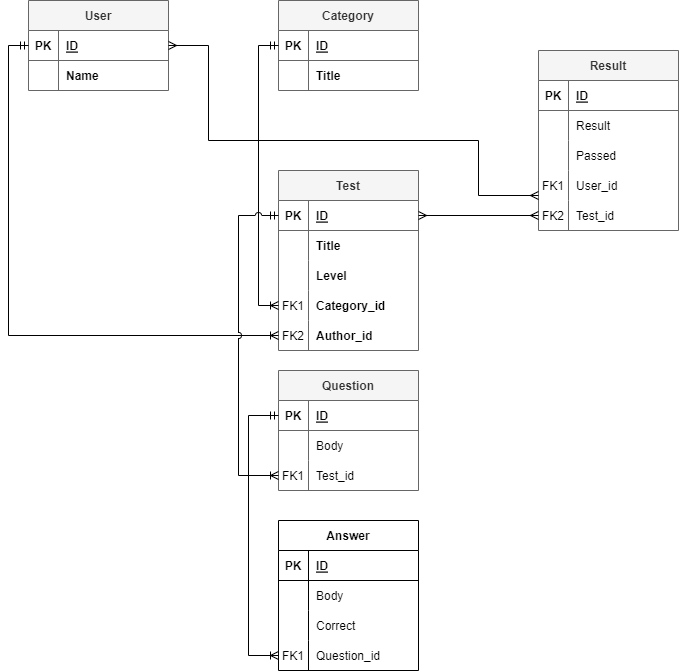
Above: test-guru.wiki/er1.drawio.png in slydevruby/test-guru (draw.io), before the change. Source tidied: cells renumbered, new cells last; positions are measured from the earlier drawing's top-left corner, leaving out a move shared by most shapes.
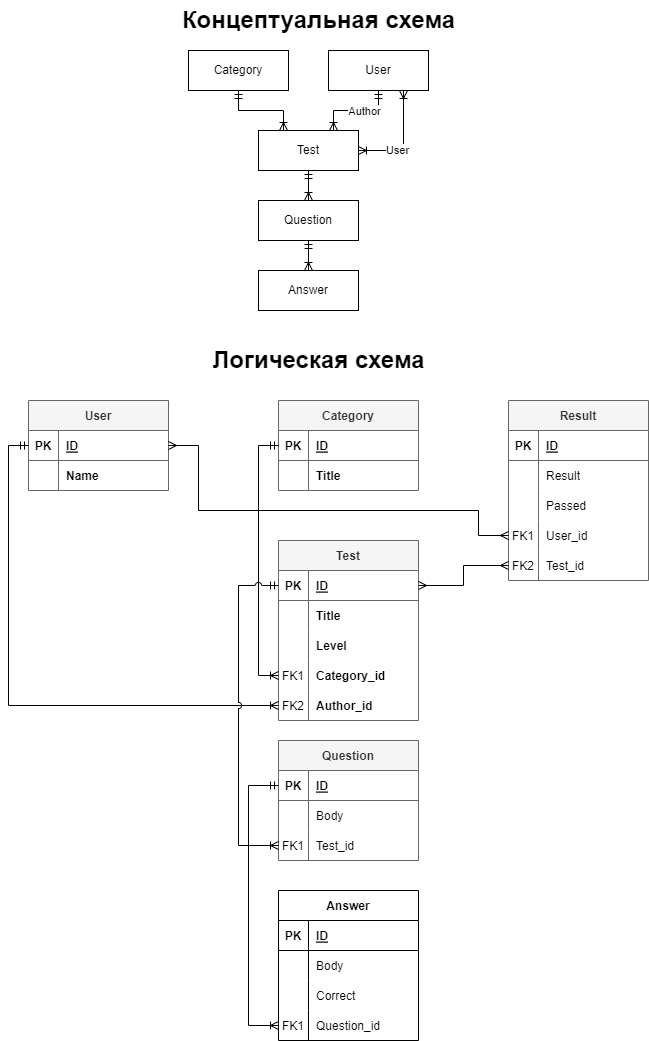
The same diagram one commit later.

The edit, as a diff of the source:
```diff
@@ -3,7 +3,7 @@
     <mxCell id="0" />
     <mxCell id="1" parent="0" />
     <mxCell id="2" value="Category" style="shape=table;startSize=30;rowLines=0;fontStyle=1;align=center;fillColor=#f5f5f5;fontColor=#333333;strokeColor=#666666;" parent="1" vertex="1">
-      <mxGeometry x="250" width="140" height="90" as="geometry" />
+      <mxGeometry x="330" y="380" width="140" height="90" as="geometry" />
     </mxCell>
     <mxCell id="3" style="shape=tableRow;horizontal=0;startSize=0;swimlaneHead=0;swimlaneBody=0;fillColor=none;points=[[0,0.5],[1,0.5]];portConstraint=eastwest;strokeColor=inherit;top=0;left=0;right=0;bottom=1;" parent="2" vertex="1">
       <mxGeometry y="30" width="140" height="30" as="geometry" />
@@ -24,7 +24,7 @@
       <mxGeometry x="30" width="110" height="30" as="geometry" />
     </mxCell>
     <mxCell id="9" value="User" style="shape=table;startSize=30;rowLines=0;fontStyle=1;align=center;fillColor=#f5f5f5;strokeColor=#666666;fontColor=#333333;" parent="1" vertex="1">
-      <mxGeometry width="140" height="90" as="geometry" />
+      <mxGeometry x="80" y="380" width="140" height="90" as="geometry" />
     </mxCell>
     <mxCell id="10" style="shape=tableRow;horizontal=0;startSize=0;swimlaneHead=0;swimlaneBody=0;fillColor=none;points=[[0,0.5],[1,0.5]];portConstraint=eastwest;strokeColor=inherit;top=0;left=0;right=0;bottom=1;" parent="9" vertex="1">
       <mxGeometry y="30" width="140" height="30" as="geometry" />
@@ -45,7 +45,7 @@
       <mxGeometry x="30" width="110" height="30" as="geometry" />
     </mxCell>
     <mxCell id="16" value="Test" style="shape=table;startSize=30;rowLines=0;fontStyle=1;align=center;fillColor=#f5f5f5;fontColor=#333333;strokeColor=#666666;" parent="1" vertex="1">
-      <mxGeometry x="250" y="170" width="140" height="180" as="geometry" />
+      <mxGeometry x="330" y="520" width="140" height="180" as="geometry" />
     </mxCell>
     <mxCell id="17" style="shape=tableRow;horizontal=0;startSize=0;swimlaneHead=0;swimlaneBody=0;fillColor=none;points=[[0,0.5],[1,0.5]];portConstraint=eastwest;strokeColor=inherit;top=0;left=0;right=0;bottom=1;" parent="16" vertex="1">
       <mxGeometry y="30" width="140" height="30" as="geometry" />
@@ -93,7 +93,7 @@
       <mxGeometry x="30" width="110" height="30" as="geometry" />
     </mxCell>
     <mxCell id="32" value="Question" style="shape=table;startSize=30;rowLines=0;fontStyle=1;align=center;fillColor=#f5f5f5;fontColor=#333333;strokeColor=#666666;" parent="1" vertex="1">
-      <mxGeometry x="250" y="370" width="140" height="120" as="geometry" />
+      <mxGeometry x="330" y="720" width="140" height="120" as="geometry" />
     </mxCell>
     <mxCell id="33" style="shape=tableRow;horizontal=0;startSize=0;swimlaneHead=0;swimlaneBody=0;fillColor=none;points=[[0,0.5],[1,0.5]];portConstraint=eastwest;strokeColor=inherit;top=0;left=0;right=0;bottom=1;" parent="32" vertex="1">
       <mxGeometry y="30" width="140" height="30" as="geometry" />
@@ -123,7 +123,7 @@
       <mxGeometry x="30" width="110" height="30" as="geometry" />
     </mxCell>
     <mxCell id="42" value="Answer" style="shape=table;startSize=30;rowLines=0;fontStyle=1;align=center;" parent="1" vertex="1">
-      <mxGeometry x="250" y="520" width="140" height="150" as="geometry" />
+      <mxGeometry x="330" y="870" width="140" height="150" as="geometry" />
     </mxCell>
     <mxCell id="43" style="shape=tableRow;horizontal=0;startSize=0;swimlaneHead=0;swimlaneBody=0;fillColor=none;strokeColor=inherit;top=0;left=0;right=0;bottom=1;" parent="42" vertex="1">
       <mxGeometry y="30" width="140" height="30" as="geometry" />
@@ -162,7 +162,7 @@
       <mxGeometry x="30" width="110" height="30" as="geometry" />
     </mxCell>
     <mxCell id="55" value="Result" style="shape=table;startSize=30;rowLines=0;fontStyle=1;align=center;fillColor=#f5f5f5;fontColor=#333333;strokeColor=#666666;" parent="1" vertex="1">
-      <mxGeometry x="510" y="50" width="140" height="180" as="geometry" />
+      <mxGeometry x="560" y="380" width="140" height="180" as="geometry" />
     </mxCell>
     <mxCell id="56" style="shape=tableRow;horizontal=0;startSize=0;swimlaneHead=0;swimlaneBody=0;fillColor=none;strokeColor=inherit;top=0;left=0;right=0;bottom=1;" parent="55" vertex="1">
       <mxGeometry y="30" width="140" height="30" as="geometry" />
@@ -218,31 +218,75 @@
     <mxCell id="73" style="edgeStyle=orthogonalEdgeStyle;rounded=0;jettySize=auto;html=1;exitX=0;exitY=0.5;exitDx=0;exitDy=0;entryX=0;entryY=0.5;entryDx=0;entryDy=0;startArrow=ERmandOne;startFill=0;endArrow=ERoneToMany;endFill=0;jumpStyle=arc;" parent="1" edge="1" source="17" target="39">
       <mxGeometry relative="1" as="geometry">
         <Array as="points">
-          <mxPoint x="210" y="215" />
-          <mxPoint x="210" y="475" />
+          <mxPoint x="290" y="565" />
+          <mxPoint x="290" y="825" />
         </Array>
       </mxGeometry>
     </mxCell>
     <mxCell id="74" style="edgeStyle=orthogonalEdgeStyle;rounded=0;jettySize=auto;html=1;exitX=0;exitY=0.5;exitDx=0;exitDy=0;entryX=0;entryY=0.5;entryDx=0;entryDy=0;startArrow=ERmandOne;startFill=0;endArrow=ERoneToMany;endFill=0;" parent="1" edge="1" source="33" target="52">
       <mxGeometry relative="1" as="geometry">
         <Array as="points">
-          <mxPoint x="220" y="415" />
-          <mxPoint x="220" y="655" />
+          <mxPoint x="300" y="765" />
+          <mxPoint x="300" y="1005" />
         </Array>
       </mxGeometry>
     </mxCell>
-    <mxCell id="75" style="edgeStyle=orthogonalEdgeStyle;rounded=0;jettySize=auto;html=1;exitX=1;exitY=0.5;exitDx=0;exitDy=0;startArrow=ERmany;startFill=0;endArrow=ERmany;endFill=0;" parent="1" edge="1" source="10" target="65">
+    <mxCell id="75" style="edgeStyle=orthogonalEdgeStyle;rounded=0;jettySize=auto;html=1;exitX=1;exitY=0.5;exitDx=0;exitDy=0;startArrow=ERmany;startFill=0;endArrow=ERmany;endFill=0;entryX=0;entryY=0.5;entryDx=0;entryDy=0;" parent="1" edge="1" source="10" target="65">
       <mxGeometry relative="1" as="geometry">
         <Array as="points">
-          <mxPoint x="180" y="45" />
-          <mxPoint x="180" y="140" />
-          <mxPoint x="450" y="140" />
-          <mxPoint x="450" y="195" />
+          <mxPoint x="250" y="425" />
+          <mxPoint x="250" y="490" />
+          <mxPoint x="530" y="490" />
+          <mxPoint x="530" y="515" />
         </Array>
       </mxGeometry>
     </mxCell>
     <mxCell id="76" style="edgeStyle=orthogonalEdgeStyle;rounded=0;jettySize=auto;html=1;exitX=0;exitY=0.5;exitDx=0;exitDy=0;entryX=1;entryY=0.5;entryDx=0;entryDy=0;startArrow=ERmany;startFill=0;endArrow=ERmany;endFill=0;" parent="1" edge="1" source="68" target="17">
       <mxGeometry relative="1" as="geometry" />
     </mxCell>
+    <mxCell id="77" style="edgeStyle=orthogonalEdgeStyle;rounded=0;jettySize=auto;html=1;entryX=0.25;entryY=0;entryDx=0;entryDy=0;startArrow=ERmandOne;startFill=0;endArrow=ERoneToMany;endFill=0;" parent="1" edge="1" source="78" target="80">
+      <mxGeometry relative="1" as="geometry" />
+    </mxCell>
+    <mxCell id="78" value="Category" style="whiteSpace=wrap;html=1;align=center;" parent="1" vertex="1">
+      <mxGeometry x="240" y="30" width="100" height="40" as="geometry" />
+    </mxCell>
+    <mxCell id="79" style="edgeStyle=orthogonalEdgeStyle;rounded=0;jettySize=auto;html=1;exitX=0.5;exitY=1;exitDx=0;exitDy=0;entryX=0.5;entryY=0;entryDx=0;entryDy=0;startArrow=ERmandOne;startFill=0;endArrow=ERoneToMany;endFill=0;" parent="1" edge="1" source="80" target="87">
+      <mxGeometry relative="1" as="geometry" />
+    </mxCell>
+    <mxCell id="80" value="Test" style="whiteSpace=wrap;html=1;align=center;" parent="1" vertex="1">
+      <mxGeometry x="310" y="110" width="100" height="40" as="geometry" />
+    </mxCell>
+    <mxCell id="81" style="edgeStyle=orthogonalEdgeStyle;rounded=0;jettySize=auto;html=1;entryX=0.75;entryY=0;entryDx=0;entryDy=0;startArrow=ERmandOne;startFill=0;endArrow=ERoneToMany;endFill=0;" parent="1" edge="1" source="85" target="80">
+      <mxGeometry relative="1" as="geometry" />
+    </mxCell>
+    <mxCell id="82" value="Author" style="edgeLabel;html=1;align=center;verticalAlign=middle;" parent="81" vertex="1">
+      <mxGeometry x="-0.2" relative="1" as="geometry" />
+    </mxCell>
+    <mxCell id="83" style="edgeStyle=orthogonalEdgeStyle;rounded=0;jettySize=auto;html=1;exitX=0.75;exitY=1;exitDx=0;exitDy=0;entryX=1;entryY=0.5;entryDx=0;entryDy=0;startArrow=ERoneToMany;startFill=0;endArrow=ERoneToMany;endFill=0;" parent="1" edge="1" source="85" target="80">
+      <mxGeometry relative="1" as="geometry" />
+    </mxCell>
+    <mxCell id="84" value="User" style="edgeLabel;html=1;align=center;verticalAlign=middle;" parent="83" vertex="1">
+      <mxGeometry x="0.29" relative="1" as="geometry">
+        <mxPoint y="-1" as="offset" />
+      </mxGeometry>
+    </mxCell>
+    <mxCell id="85" value="User" style="whiteSpace=wrap;html=1;align=center;" parent="1" vertex="1">
+      <mxGeometry x="380" y="30" width="100" height="40" as="geometry" />
+    </mxCell>
+    <mxCell id="86" style="edgeStyle=orthogonalEdgeStyle;rounded=0;jettySize=auto;html=1;exitX=0.5;exitY=1;exitDx=0;exitDy=0;entryX=0.5;entryY=0;entryDx=0;entryDy=0;startArrow=ERmandOne;startFill=0;endArrow=ERoneToMany;endFill=0;" parent="1" edge="1" source="87" target="88">
+      <mxGeometry relative="1" as="geometry" />
+    </mxCell>
+    <mxCell id="87" value="Question" style="whiteSpace=wrap;html=1;align=center;" parent="1" vertex="1">
+      <mxGeometry x="310" y="180" width="100" height="40" as="geometry" />
+    </mxCell>
+    <mxCell id="88" value="Answer" style="whiteSpace=wrap;html=1;align=center;" parent="1" vertex="1">
+      <mxGeometry x="310" y="250" width="100" height="40" as="geometry" />
+    </mxCell>
+    <mxCell id="89" value="Концептуальная схема" style="text;strokeColor=none;fillColor=none;html=1;fontSize=24;fontStyle=1;verticalAlign=middle;align=center;" parent="1" vertex="1">
+      <mxGeometry x="320" y="-20" width="100" height="40" as="geometry" />
+    </mxCell>
+    <mxCell id="90" value="Логическая схема" style="text;strokeColor=none;fillColor=none;html=1;fontSize=24;fontStyle=1;verticalAlign=middle;align=center;" parent="1" vertex="1">
+      <mxGeometry x="320" y="320" width="100" height="40" as="geometry" />
+    </mxCell>
   </root>
 </mxGraphModel>
```
